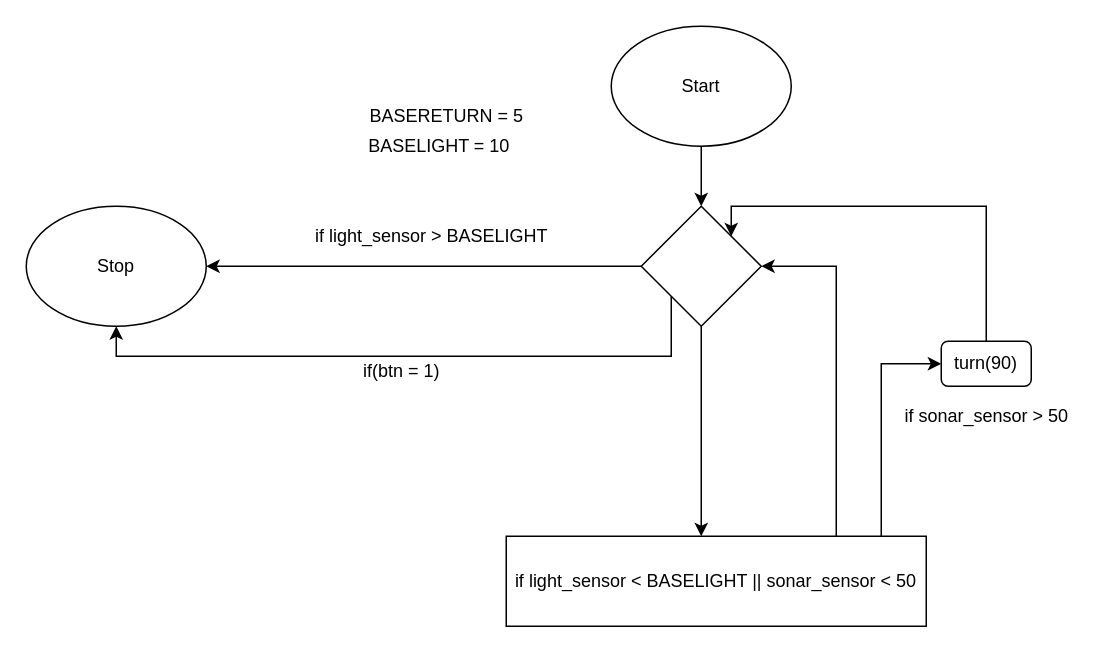
The draw.io diagram verkefni3/verkefni3.drawio in Davygod/ROBO2RG05AU-1, before the edit. Source tidied: cells renumbered, new cells numbered last; positions are measured from the earlier drawing's top-left corner, leaving out a move shared by most shapes. Both pictures are drawn from the tidied source at 150%, with x=0, y=0 at pixel (26, 26).
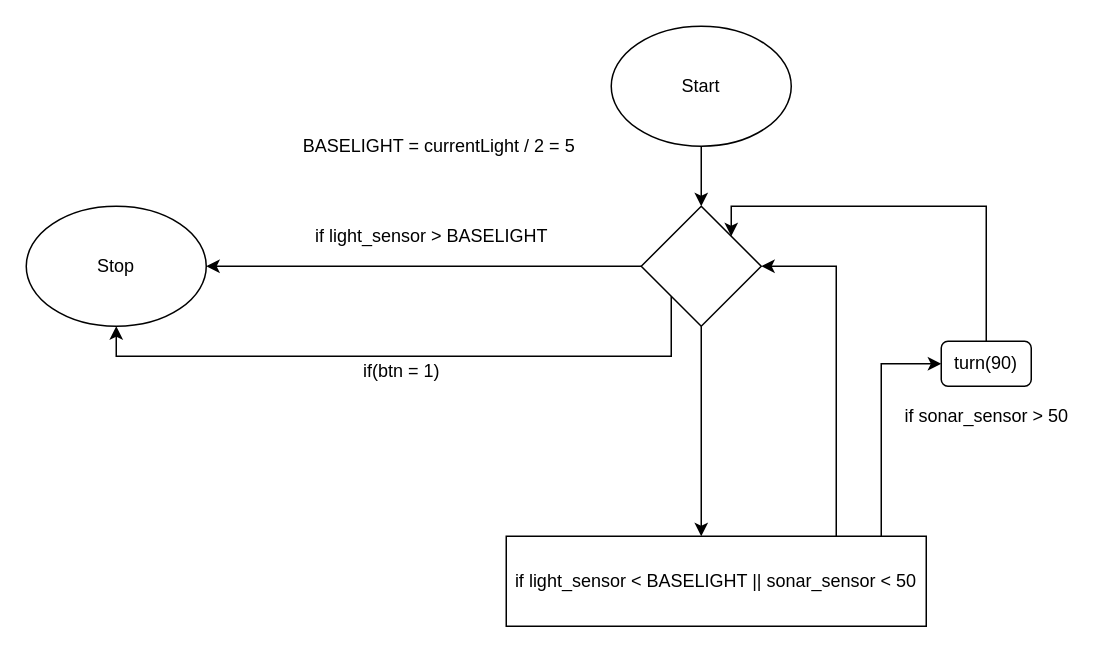
After the change.

The edit, as a diff of the source:
```diff
@@
-    <mxCell id="9" value="BASERETURN = 5" style="text;html=1;align=center;verticalAlign=middle;strokeColor=none;" parent="1" vertex="1">
-      <mxGeometry x="220" y="50" width="120" height="20" as="geometry" />
-    </mxCell>
@@
-    <mxCell id="11" value="BASELIGHT = 10" style="text;html=1;align=center;verticalAlign=middle;strokeColor=none;" parent="1" vertex="1">
-      <mxGeometry x="220" y="70" width="110" height="20" as="geometry" />
+    <mxCell id="11" value="BASELIGHT = currentLight / 2 = 5" style="text;html=1;align=center;verticalAlign=middle;strokeColor=none;" parent="1" vertex="1">
+      <mxGeometry x="175" y="70" width="200" height="20" as="geometry" />
     </mxCell>
```
